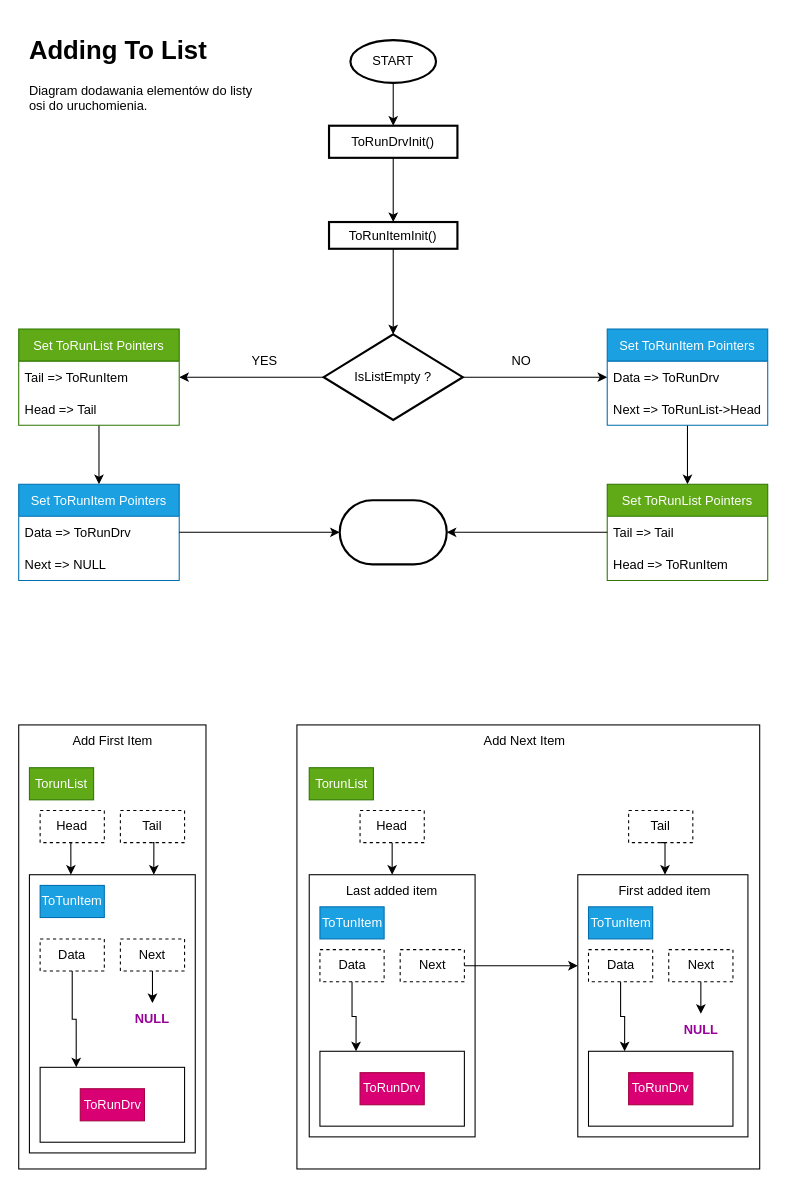
This is Diagramy/AddElementToRunList.drawio from GitKiniol/RoboArm-Docu, a draw.io file, before an edit. Source tidied: cells renumbered, new cells numbered last; positions are measured from the earlier drawing's top-left corner, leaving out a move shared by most shapes. Both pictures are drawn from the tidied source at 107%, with x=0, y=0 at pixel (18, 29).
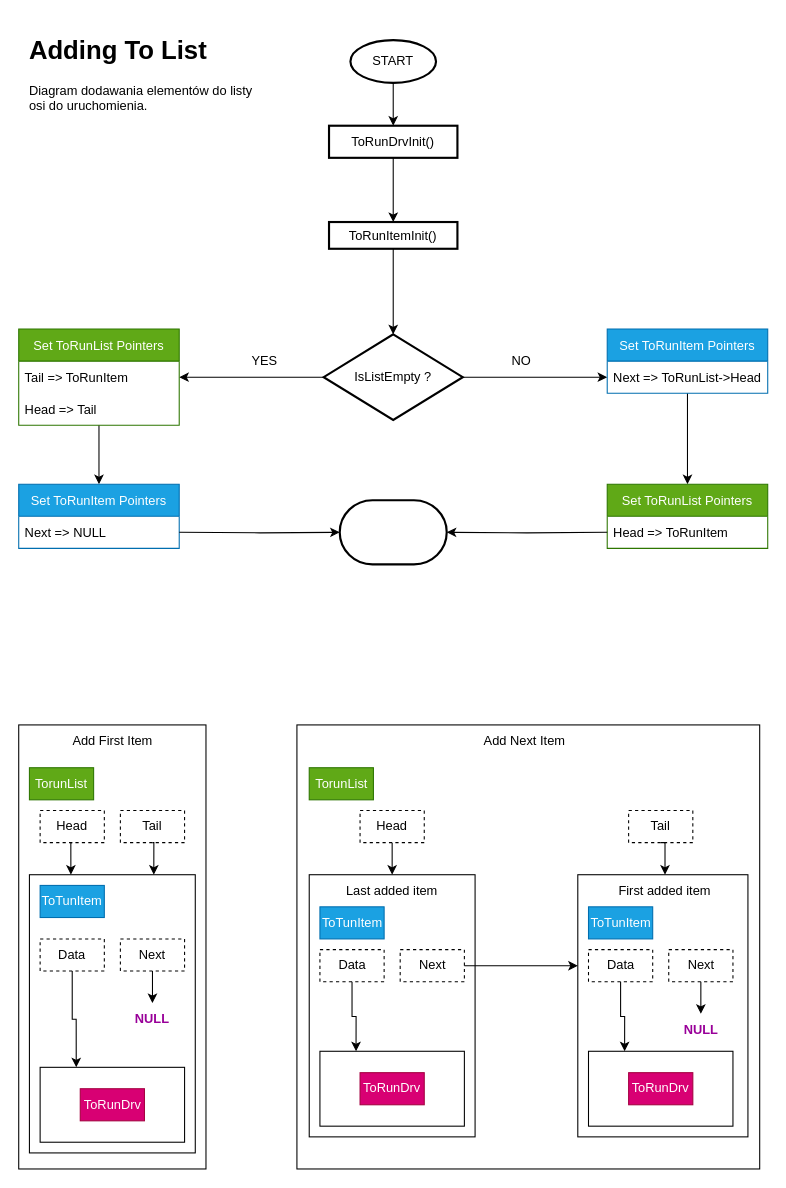
The same page after the edit.

Commit message (it also covers changes not shown here):
Zmiany w diagramach

The change refers to these unchanged cells:
```xml
<mxCell id="7" value="IsListEmpty ?" style="rhombus;whiteSpace=wrap;html=1;strokeWidth=2;" parent="1" vertex="1">
  <mxGeometry x="285" y="285" width="130" height="80" as="geometry" />
</mxCell>
<mxCell id="46" value="&lt;font color=&quot;#ffffff&quot;&gt;END&lt;/font&gt;" style="strokeWidth=2;html=1;shape=mxgraph.flowchart.terminator;whiteSpace=wrap;fontColor=#990099;fillColor=none;" parent="1" vertex="1">
  <mxGeometry x="300" y="440" width="100" height="60" as="geometry" />
</mxCell>
```

The edit, as a diff of the source:
```diff
@@
-    <mxCell id="6" style="edgeStyle=orthogonalEdgeStyle;rounded=0;jettySize=auto;html=1;exitX=1;exitY=0.5;exitDx=0;exitDy=0;entryX=0;entryY=0.5;entryDx=0;entryDy=0;fontColor=#990099;" parent="1" edge="1" source="7" target="40">
-      <mxGeometry relative="1" as="geometry" />
+    <mxCell id="6" style="edgeStyle=orthogonalEdgeStyle;rounded=0;jettySize=auto;html=1;exitX=1;exitY=0.5;exitDx=0;exitDy=0;entryX=0;entryY=0.5;entryDx=0;entryDy=0;fontColor=#990099;" parent="1" edge="1" source="7">
+      <mxGeometry relative="1" as="geometry">
+        <mxPoint x="550" y="325" as="targetPoint" />
+      </mxGeometry>
     </mxCell>
@@
     <mxCell id="18" value="Set ToRunItem Pointers" style="swimlane;fontStyle=0;horizontal=1;startSize=30;fillColor=#1ba1e2;fontColor=#ffffff;strokeColor=#006EAF;" parent="1" vertex="1">
-      <mxGeometry y="425" width="150" height="90" as="geometry" />
+      <mxGeometry y="425" width="150" height="60" as="geometry" />
     </mxCell>
-    <mxCell id="19" value="Data =&gt; ToRunDrv" style="text;strokeColor=none;fillColor=none;align=left;verticalAlign=middle;spacingLeft=4;spacingRight=4;overflow=hidden;points=[[0,0.5],[1,0.5]];portConstraint=eastwest;" parent="18" vertex="1">
-      <mxGeometry y="30" width="150" height="30" as="geometry" />
-    </mxCell>
     <mxCell id="20" value="Next =&gt; NULL" style="text;strokeColor=none;fillColor=none;align=left;verticalAlign=middle;spacingLeft=4;spacingRight=4;overflow=hidden;" parent="18" vertex="1">
-      <mxGeometry y="60" width="150" height="30" as="geometry" />
+      <mxGeometry y="30" width="150" height="30" as="geometry" />
     </mxCell>
@@
     <mxCell id="39" value="Set ToRunItem Pointers" style="swimlane;fontStyle=0;horizontal=1;startSize=30;fillColor=#1ba1e2;fontColor=#ffffff;strokeColor=#006EAF;" parent="1" vertex="1">
-      <mxGeometry x="550" y="280" width="150" height="90" as="geometry" />
+      <mxGeometry x="550" y="280" width="150" height="60" as="geometry" />
     </mxCell>
-    <mxCell id="40" value="Data =&gt; ToRunDrv" style="text;strokeColor=none;fillColor=none;align=left;verticalAlign=middle;spacingLeft=4;spacingRight=4;overflow=hidden;points=[[0,0.5],[1,0.5]];portConstraint=eastwest;" parent="39" vertex="1">
-      <mxGeometry y="30" width="150" height="30" as="geometry" />
-    </mxCell>
     <mxCell id="41" value="Next =&gt; ToRunList-&gt;Head" style="text;strokeColor=none;fillColor=none;align=left;verticalAlign=middle;spacingLeft=4;spacingRight=4;overflow=hidden;" parent="39" vertex="1">
-      <mxGeometry y="60" width="150" height="30" as="geometry" />
+      <mxGeometry y="30" width="150" height="30" as="geometry" />
     </mxCell>
@@
     <mxCell id="43" value="Set ToRunList Pointers" style="swimlane;fontStyle=0;horizontal=1;startSize=30;fillColor=#60a917;fontColor=#ffffff;strokeColor=#2D7600;" parent="1" vertex="1">
-      <mxGeometry x="550" y="425" width="150" height="90" as="geometry" />
+      <mxGeometry x="550" y="425" width="150" height="60" as="geometry" />
     </mxCell>
-    <mxCell id="44" value="Tail =&gt; Tail" style="text;strokeColor=none;fillColor=none;align=left;verticalAlign=middle;spacingLeft=4;spacingRight=4;overflow=hidden;points=[[0,0.5],[1,0.5]];portConstraint=eastwest;" parent="43" vertex="1">
-      <mxGeometry y="30" width="150" height="30" as="geometry" />
-    </mxCell>
     <mxCell id="45" value="Head =&gt; ToRunItem " style="text;strokeColor=none;fillColor=none;align=left;verticalAlign=middle;spacingLeft=4;spacingRight=4;overflow=hidden;" parent="43" vertex="1">
-      <mxGeometry y="60" width="150" height="30" as="geometry" />
+      <mxGeometry y="30" width="150" height="30" as="geometry" />
     </mxCell>
@@
-    <mxCell id="47" style="edgeStyle=orthogonalEdgeStyle;rounded=0;jettySize=auto;html=1;exitX=0;exitY=0.5;exitDx=0;exitDy=0;entryX=1;entryY=0.5;entryDx=0;entryDy=0;entryPerimeter=0;fontColor=#FFFFFF;" parent="1" edge="1" source="44" target="46">
-      <mxGeometry relative="1" as="geometry" />
+    <mxCell id="47" style="edgeStyle=orthogonalEdgeStyle;rounded=0;jettySize=auto;html=1;exitX=0;exitY=0.5;exitDx=0;exitDy=0;entryX=1;entryY=0.5;entryDx=0;entryDy=0;entryPerimeter=0;fontColor=#FFFFFF;" parent="1" edge="1" target="46">
+      <mxGeometry relative="1" as="geometry">
+        <mxPoint x="550" y="470" as="sourcePoint" />
+      </mxGeometry>
     </mxCell>
-    <mxCell id="48" style="edgeStyle=orthogonalEdgeStyle;rounded=0;jettySize=auto;html=1;exitX=1;exitY=0.5;exitDx=0;exitDy=0;entryX=0;entryY=0.5;entryDx=0;entryDy=0;entryPerimeter=0;fontColor=#FFFFFF;" parent="1" edge="1" source="19" target="46">
-      <mxGeometry relative="1" as="geometry" />
+    <mxCell id="48" style="edgeStyle=orthogonalEdgeStyle;rounded=0;jettySize=auto;html=1;exitX=1;exitY=0.5;exitDx=0;exitDy=0;entryX=0;entryY=0.5;entryDx=0;entryDy=0;entryPerimeter=0;fontColor=#FFFFFF;" parent="1" edge="1" target="46">
+      <mxGeometry relative="1" as="geometry">
+        <mxPoint x="150" y="470" as="sourcePoint" />
+      </mxGeometry>
     </mxCell>
```
